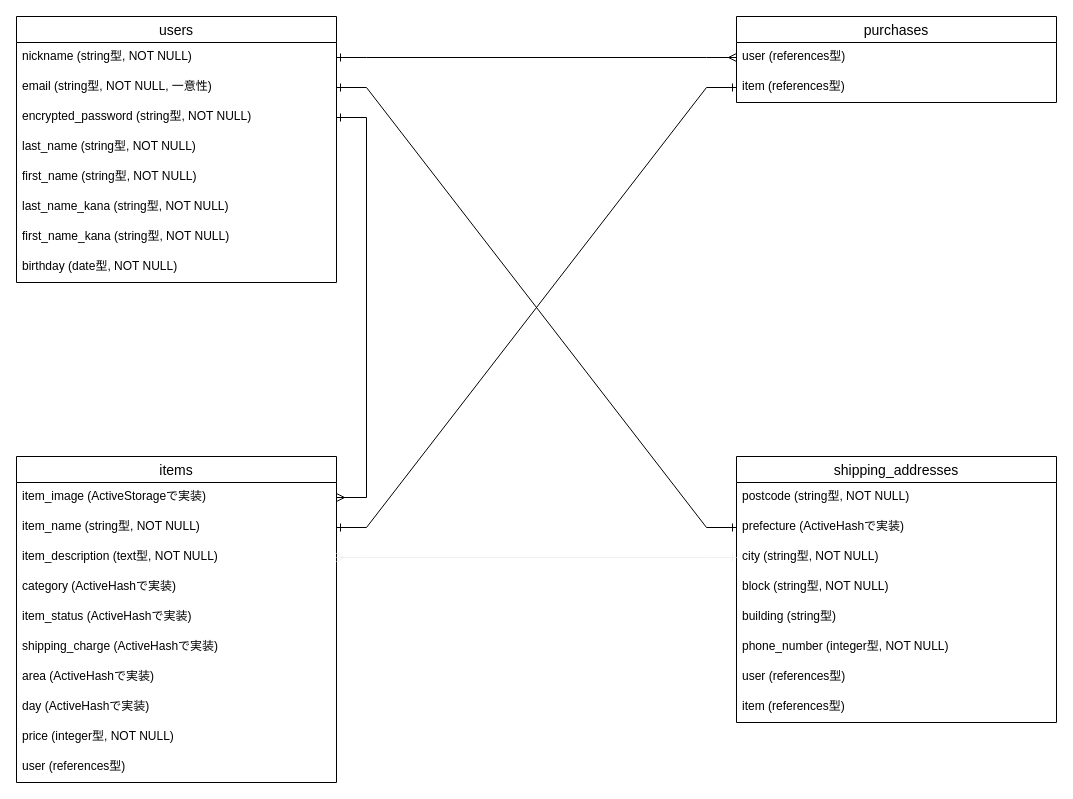
This is ER.dio from ysk90526/furima-32872, a draw.io file, before an edit. Source tidied: cells renumbered, new cells numbered last; positions are measured from the earlier drawing's top-left corner, leaving out a move shared by most shapes. Both pictures are drawn from the tidied source at 100%, with x=0, y=0 at pixel (16, 16).
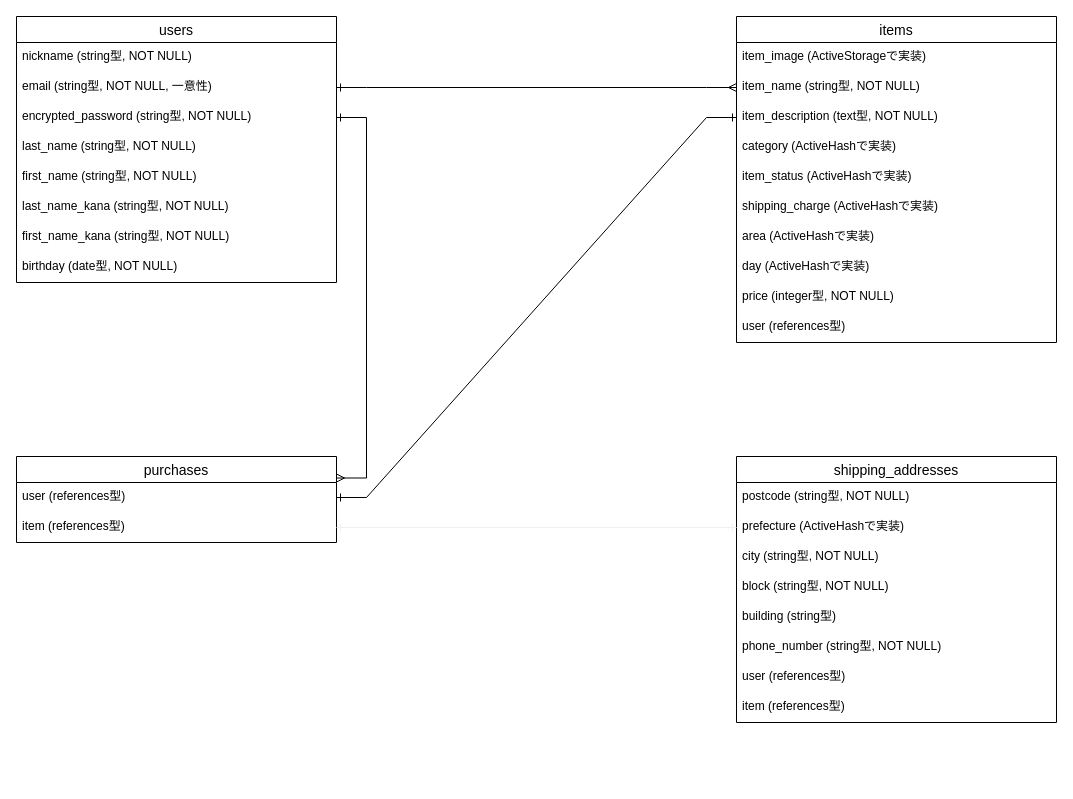
The same diagram, later.

Commit message (it also covers changes not shown here):
ER図、テーブル設計を修正2

Unchanged cells that the change refers to:
```xml
<mxCell id="3" value="nickname (string型, NOT NULL)" style="text;strokeColor=none;fillColor=none;spacingLeft=4;spacingRight=4;overflow=hidden;points=[[0,0.5],[1,0.5]];portConstraint=eastwest;fontSize=12;" parent="2" vertex="1">
  <mxGeometry y="26" width="320" height="30" as="geometry" />
</mxCell>
<mxCell id="4" value="email (string型, NOT NULL, 一意性)" style="text;strokeColor=none;fillColor=none;spacingLeft=4;spacingRight=4;overflow=hidden;points=[[0,0.5],[1,0.5]];portConstraint=eastwest;fontSize=12;" parent="2" vertex="1">
  <mxGeometry y="56" width="320" height="30" as="geometry" />
</mxCell>
<mxCell id="5" value="encrypted_password (string型, NOT NULL)" style="text;strokeColor=none;fillColor=none;spacingLeft=4;spacingRight=4;overflow=hidden;points=[[0,0.5],[1,0.5]];portConstraint=eastwest;fontSize=12;" parent="2" vertex="1">
  <mxGeometry y="86" width="320" height="30" as="geometry" />
</mxCell>
<mxCell id="12" value="item_image (ActiveStorageで実装)" style="text;strokeColor=none;fillColor=none;spacingLeft=4;spacingRight=4;overflow=hidden;points=[[0,0.5],[1,0.5]];portConstraint=eastwest;fontSize=12;" parent="11" vertex="1">
  <mxGeometry y="26" width="320" height="30" as="geometry" />
</mxCell>
<mxCell id="13" value="item_name (string型, NOT NULL)" style="text;strokeColor=none;fillColor=none;spacingLeft=4;spacingRight=4;overflow=hidden;points=[[0,0.5],[1,0.5]];portConstraint=eastwest;fontSize=12;" parent="11" vertex="1">
  <mxGeometry y="56" width="320" height="30" as="geometry" />
</mxCell>
<mxCell id="14" value="item_description (text型, NOT NULL)&#10;" style="text;strokeColor=none;fillColor=none;spacingLeft=4;spacingRight=4;overflow=hidden;points=[[0,0.5],[1,0.5]];portConstraint=eastwest;fontSize=12;" parent="11" vertex="1">
  <mxGeometry y="86" width="320" height="30" as="geometry" />
</mxCell>
<mxCell id="22" value="shipping_addresses" style="swimlane;fontStyle=0;horizontal=1;startSize=26;align=center;fontSize=14;" parent="1" vertex="1">
  <mxGeometry x="720" y="440" width="320" height="266" as="geometry" />
</mxCell>
<mxCell id="24" value="prefecture (ActiveHashで実装)" style="text;strokeColor=none;fillColor=none;spacingLeft=4;spacingRight=4;overflow=hidden;points=[[0,0.5],[1,0.5]];portConstraint=eastwest;fontSize=12;" parent="22" vertex="1">
  <mxGeometry y="56" width="320" height="30" as="geometry" />
</mxCell>
<mxCell id="25" value="city (string型, NOT NULL)" style="text;strokeColor=none;fillColor=none;spacingLeft=4;spacingRight=4;overflow=hidden;points=[[0,0.5],[1,0.5]];portConstraint=eastwest;fontSize=12;" parent="22" vertex="1">
  <mxGeometry y="86" width="320" height="30" as="geometry" />
</mxCell>
<mxCell id="33" value="user (references型)" style="text;strokeColor=none;fillColor=none;spacingLeft=4;spacingRight=4;overflow=hidden;points=[[0,0.5],[1,0.5]];portConstraint=eastwest;fontSize=12;" parent="32" vertex="1">
  <mxGeometry y="26" width="320" height="30" as="geometry" />
</mxCell>
<mxCell id="34" value="item (references型)" style="text;strokeColor=none;fillColor=none;spacingLeft=4;spacingRight=4;overflow=hidden;points=[[0,0.5],[1,0.5]];portConstraint=eastwest;fontSize=12;" parent="32" vertex="1">
  <mxGeometry y="56" width="320" height="30" as="geometry" />
</mxCell>
```

Diff of the diagram source:
```diff
@@
     <mxCell id="11" value="items" style="swimlane;fontStyle=0;horizontal=1;startSize=26;align=center;fontSize=14;" parent="1" vertex="1">
-      <mxGeometry y="440" width="320" height="326" as="geometry" />
+      <mxGeometry x="720" width="320" height="326" as="geometry" />
     </mxCell>
@@
-    <mxCell id="28" value="phone_number (integer型, NOT NULL)" style="text;strokeColor=none;fillColor=none;spacingLeft=4;spacingRight=4;overflow=hidden;fontSize=12;" parent="22" vertex="1">
+    <mxCell id="28" value="phone_number (string型, NOT NULL)" style="text;strokeColor=none;fillColor=none;spacingLeft=4;spacingRight=4;overflow=hidden;fontSize=12;" parent="22" vertex="1">
       <mxGeometry y="176" width="320" height="30" as="geometry" />
     </mxCell>
@@
-    <mxCell id="31" style="edgeStyle=entityRelationEdgeStyle;rounded=0;jettySize=auto;html=1;exitX=1;exitY=0.5;exitDx=0;exitDy=0;entryX=1;entryY=0.5;entryDx=0;entryDy=0;startArrow=ERone;startFill=0;endArrow=ERmany;endFill=0;" parent="1" edge="1" source="5" target="12">
+    <mxCell id="31" style="edgeStyle=entityRelationEdgeStyle;rounded=0;jettySize=auto;html=1;exitX=1;exitY=0.5;exitDx=0;exitDy=0;entryX=0;entryY=0.5;entryDx=0;entryDy=0;startArrow=ERone;startFill=0;endArrow=ERmany;endFill=0;" parent="1" edge="1" source="4" target="13">
       <mxGeometry relative="1" as="geometry" />
     </mxCell>
     <mxCell id="32" value="purchases" style="swimlane;fontStyle=0;horizontal=1;startSize=26;align=center;fontSize=14;" parent="1" vertex="1">
-      <mxGeometry x="720" width="320" height="86" as="geometry" />
+      <mxGeometry y="440" width="320" height="86" as="geometry" />
     </mxCell>
@@
-    <mxCell id="35" style="edgeStyle=entityRelationEdgeStyle;rounded=0;jettySize=auto;html=1;exitX=1;exitY=0.5;exitDx=0;exitDy=0;entryX=0;entryY=0.5;entryDx=0;entryDy=0;startArrow=ERone;startFill=0;endArrow=ERone;endFill=0;" parent="1" edge="1" source="4" target="24">
-      <mxGeometry relative="1" as="geometry" />
-    </mxCell>
-    <mxCell id="36" style="edgeStyle=entityRelationEdgeStyle;rounded=0;jettySize=auto;html=1;exitX=1;exitY=0.5;exitDx=0;exitDy=0;entryX=0;entryY=0.5;entryDx=0;entryDy=0;startArrow=ERone;startFill=0;endArrow=ERone;endFill=0;" parent="1" edge="1" source="13" target="34">
+    <mxCell id="36" style="edgeStyle=entityRelationEdgeStyle;rounded=0;jettySize=auto;html=1;exitX=0;exitY=0.5;exitDx=0;exitDy=0;entryX=1;entryY=0.5;entryDx=0;entryDy=0;startArrow=ERone;startFill=0;endArrow=ERone;endFill=0;" parent="1" edge="1" source="14" target="33">
       <mxGeometry relative="1" as="geometry" />
     </mxCell>
-    <mxCell id="37" style="edgeStyle=entityRelationEdgeStyle;rounded=0;jettySize=auto;html=1;exitX=1;exitY=0.5;exitDx=0;exitDy=0;entryX=0;entryY=0.5;entryDx=0;entryDy=0;startArrow=ERone;startFill=0;endArrow=ERmany;endFill=0;" parent="1" edge="1" source="3" target="33">
+    <mxCell id="37" style="edgeStyle=entityRelationEdgeStyle;rounded=0;jettySize=auto;html=1;exitX=1;exitY=0.5;exitDx=0;exitDy=0;entryX=1;entryY=0.25;entryDx=0;entryDy=0;startArrow=ERone;startFill=0;endArrow=ERmany;endFill=0;" parent="1" edge="1" source="5" target="32">
       <mxGeometry relative="1" as="geometry" />
     </mxCell>
@@
-    <mxCell id="39" style="edgeStyle=entityRelationEdgeStyle;rounded=0;jettySize=auto;html=1;exitX=0;exitY=0.5;exitDx=0;exitDy=0;entryX=1;entryY=0.5;entryDx=0;entryDy=0;startArrow=ERone;startFill=0;startSize=6;endArrow=ERmany;endFill=0;strokeColor=#f0f0f0;" parent="1" edge="1" source="25" target="14">
-      <mxGeometry relative="1" as="geometry" />
-    </mxCell>
+    <mxCell id="40" style="edgeStyle=entityRelationEdgeStyle;rounded=0;jettySize=auto;html=1;startArrow=ERone;startFill=0;startSize=6;endArrow=ERone;endFill=0;strokeColor=#f0f0f0;exitX=0;exitY=0.5;exitDx=0;exitDy=0;entryX=1;entryY=0.5;entryDx=0;entryDy=0;" parent="1" edge="1" source="24" target="34">
+      <mxGeometry relative="1" as="geometry" />
+    </mxCell>
```
